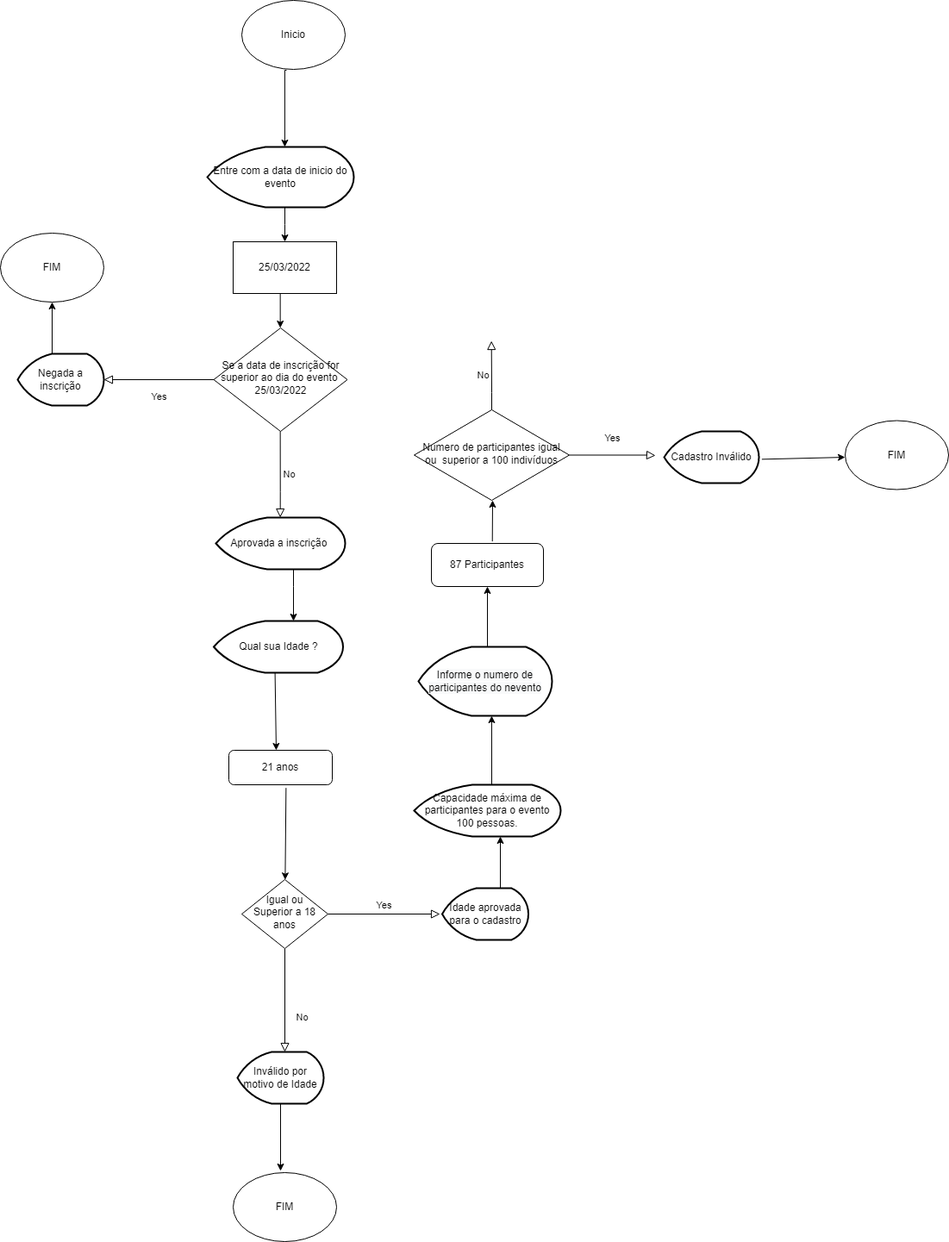
Earlier version of the draw.io export Untitled Diagram.drawio.png (EvertonMDS/Fluxograma). Source tidied: cells renumbered, new cells last; positions are measured from the earlier drawing's top-left corner, leaving out a move shared by most shapes.
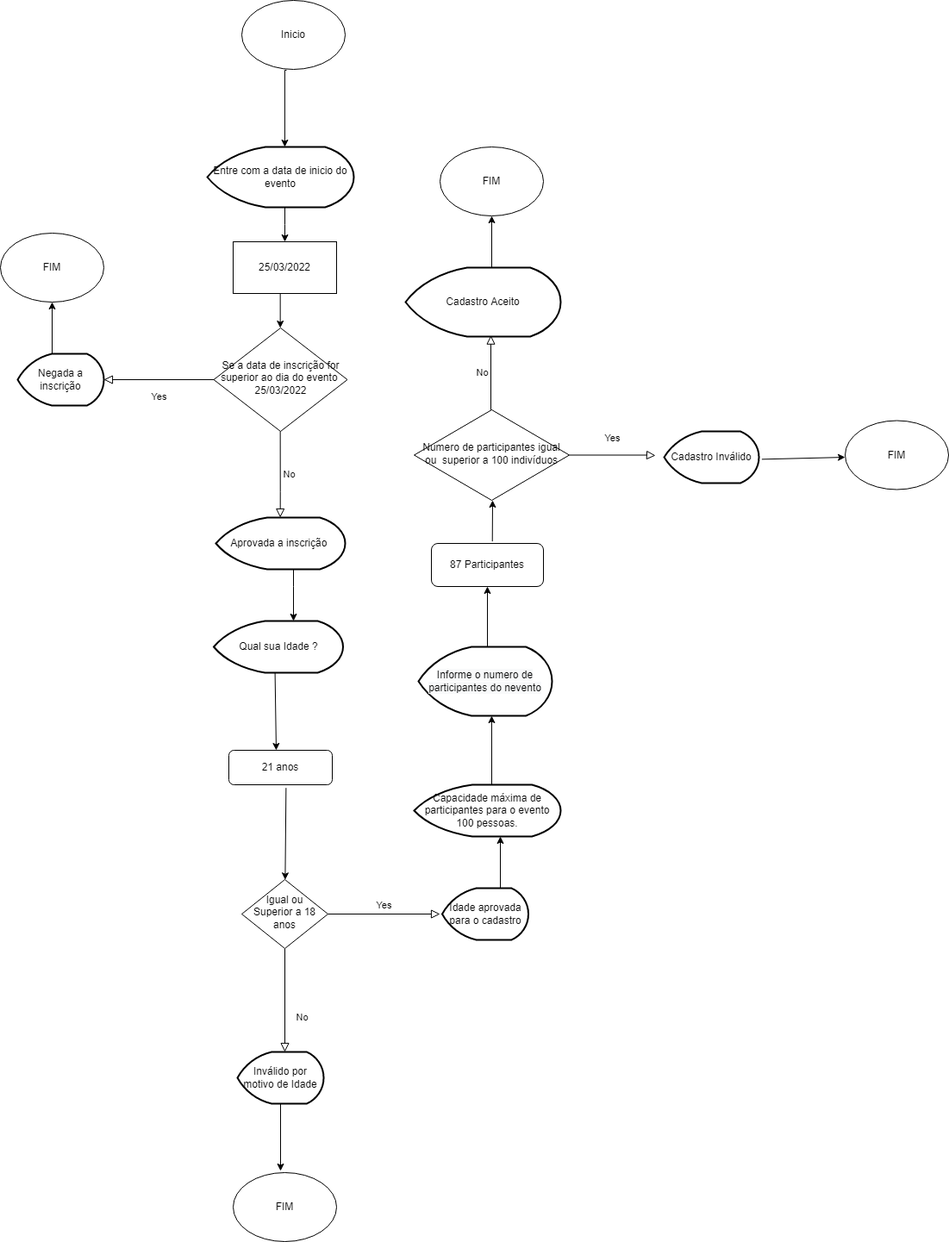
Later version of the same file.

Change to the diagram source:
```diff
@@ -52,13 +52,11 @@
         </Array>
       </mxGeometry>
     </mxCell>
-    <mxCell id="12" value="No" style="edgeStyle=orthogonalEdgeStyle;rounded=0;html=1;jettySize=auto;orthogonalLoop=1;fontSize=11;endArrow=block;endFill=0;endSize=8;strokeWidth=1;shadow=0;labelBackgroundColor=none;" parent="1" edge="1">
+    <mxCell id="12" value="No" style="edgeStyle=orthogonalEdgeStyle;rounded=0;html=1;jettySize=auto;fontSize=11;endArrow=block;endFill=0;endSize=8;strokeWidth=1;shadow=0;labelBackgroundColor=none;entryX=0.55;entryY=0.983;entryDx=0;entryDy=0;entryPerimeter=0;" parent="1" edge="1" target="40">
       <mxGeometry y="10" relative="1" as="geometry">
         <mxPoint x="570" y="475" as="sourcePoint" />
-        <mxPoint x="569.7" y="395" as="targetPoint" />
         <Array as="points">
-          <mxPoint x="570" y="455" />
-          <mxPoint x="570" y="455" />
+          <mxPoint x="569" y="475" />
         </Array>
       </mxGeometry>
     </mxCell>
@@ -179,5 +177,17 @@
     <mxCell id="39" value="&lt;span&gt;Cadastro Inválido&lt;/span&gt;" style="strokeWidth=2;html=1;shape=mxgraph.flowchart.display;whiteSpace=wrap;" parent="1" vertex="1">
       <mxGeometry x="770" y="500" width="110" height="60" as="geometry" />
     </mxCell>
+    <mxCell id="40" value="Cadastro Aceito" style="strokeWidth=2;html=1;shape=mxgraph.flowchart.display;whiteSpace=wrap;" parent="1" vertex="1">
+      <mxGeometry x="470" y="310" width="180" height="80" as="geometry" />
+    </mxCell>
+    <mxCell id="41" style="endArrow=classic;html=1;rounded=0;" parent="1" edge="1">
+      <mxGeometry relative="1" as="geometry">
+        <mxPoint x="570" y="310" as="sourcePoint" />
+        <mxPoint x="570" y="250" as="targetPoint" />
+      </mxGeometry>
+    </mxCell>
+    <mxCell id="42" value="FIM" style="ellipse;whiteSpace=wrap;html=1;" parent="1" vertex="1">
+      <mxGeometry x="510" y="170" width="120" height="80" as="geometry" />
+    </mxCell>
   </root>
 </mxGraphModel>
```
